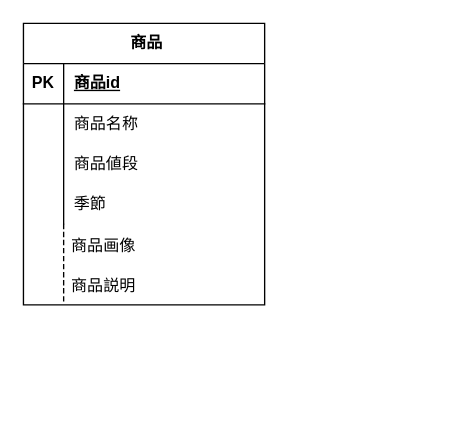
Before: test.drawio in Tatsu1438/mogitate, a draw.io diagram. Source tidied: cells renumbered, new cells numbered last; positions are measured from the earlier drawing's top-left corner, leaving out a move shared by most shapes. Both pictures are drawn from the tidied source at 134%, with x=0, y=0 at pixel (23, 23).
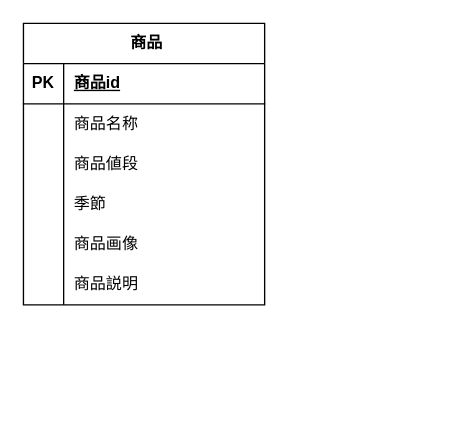
After the change.

What changed in the source:
```diff
@@
-    <mxCell id="2" value="&amp;nbsp;商品" style="shape=table;startSize=30;childLayout=tableLayout;rowLines=0;fontStyle=1;align=center;html=1;" parent="1" vertex="1">
+    <mxCell id="2" value="&amp;nbsp;商品" style="shape=table;startSize=30;childLayout=tableLayout;rowLines=0;fontStyle=1;align=center;html=1;fillColor=#FFFFFF;" parent="1" vertex="1">
       <mxGeometry width="180" height="210" as="geometry" />
     </mxCell>
@@
+    <mxCell id="19" style="shape=tableRow;horizontal=0;startSize=0;swimlaneHead=0;swimlaneBody=0;fillColor=none;top=0;left=0;right=0;bottom=0;" parent="2" vertex="1">
+      <mxGeometry y="150" width="180" height="30" as="geometry" />
+    </mxCell>
+    <mxCell id="20" style="shape=partialRectangle;fillColor=none;top=0;left=0;bottom=0;right=0;overflow=hidden;whiteSpace=wrap;html=1;" parent="19" vertex="1">
+      <mxGeometry width="30" height="30" as="geometry" />
+    </mxCell>
+    <mxCell id="17" value="商品画像" style="shape=partialRectangle;fillColor=none;top=0;left=0;bottom=0;right=0;align=left;spacingLeft=6;overflow=hidden;whiteSpace=wrap;html=1;" parent="19" vertex="1">
+      <mxGeometry x="30" width="150" height="30" as="geometry" />
+    </mxCell>
+    <mxCell id="21" style="shape=tableRow;horizontal=0;startSize=0;swimlaneHead=0;swimlaneBody=0;fillColor=none;top=0;left=0;right=0;bottom=0;" parent="2" vertex="1">
+      <mxGeometry y="180" width="180" height="30" as="geometry" />
+    </mxCell>
+    <mxCell id="22" style="shape=partialRectangle;fillColor=none;top=0;left=0;bottom=0;right=0;overflow=hidden;whiteSpace=wrap;html=1;" parent="21" vertex="1">
+      <mxGeometry width="30" height="30" as="geometry" />
+    </mxCell>
-    <mxCell id="15" value="商品説明" style="shape=partialRectangle;fillColor=none;align=left;verticalAlign=middle;strokeColor=none;spacingLeft=34;" parent="1" vertex="1">
-      <mxGeometry y="180" width="180" height="30" as="geometry" />
+    <mxCell id="15" value="商品説明" style="shape=partialRectangle;fillColor=none;top=0;left=0;bottom=0;right=0;align=left;spacingLeft=6;overflow=hidden;whiteSpace=wrap;html=1;" parent="21" vertex="1">
+      <mxGeometry x="30" width="150" height="30" as="geometry" />
     </mxCell>
-    <mxCell id="16" style="shape=partialRectangle;top=0;left=0;bottom=0;fillColor=none;stokeWidth=1;dashed=1;align=left;verticalAlign=middle;spacingLeft=4;spacingRight=4;overflow=hidden;" parent="15" vertex="1">
-      <mxGeometry width="30" height="30" as="geometry" />
-    </mxCell>
-    <mxCell id="17" value="商品画像" style="shape=partialRectangle;fillColor=none;align=left;verticalAlign=middle;strokeColor=none;spacingLeft=34;" parent="1" vertex="1">
-      <mxGeometry y="150" width="180" height="30" as="geometry" />
-    </mxCell>
-    <mxCell id="18" style="shape=partialRectangle;top=0;left=0;bottom=0;fillColor=none;stokeWidth=1;dashed=1;align=left;verticalAlign=middle;spacingLeft=4;spacingRight=4;overflow=hidden;" parent="17" vertex="1">
-      <mxGeometry width="30" height="30" as="geometry" />
-    </mxCell>
+    <mxCell id="23" style="shape=tableRow;horizontal=0;startSize=0;swimlaneHead=0;swimlaneBody=0;fillColor=none;top=0;left=0;right=0;bottom=0;" parent="1" vertex="1">
+      <mxGeometry x="120" y="260" width="180" height="30" as="geometry" />
+    </mxCell>
+    <mxCell id="24" style="shape=partialRectangle;fillColor=none;top=0;left=0;bottom=0;right=0;overflow=hidden;whiteSpace=wrap;html=1;" parent="23" vertex="1">
+      <mxGeometry width="30" height="30" as="geometry" />
+    </mxCell>
```
